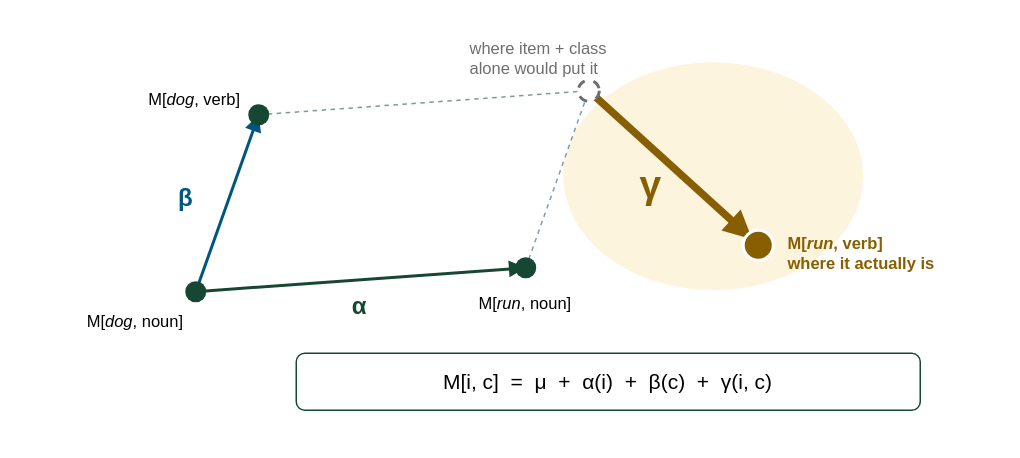
Above: paper/fig-measurement.drawio in znhoughton/representation-separability (draw.io), before the change. Source tidied: cells renumbered, new cells numbered last; positions are measured from the earlier drawing's top-left corner, leaving out a move shared by most shapes. Both pictures are drawn from the tidied source at 150%, with x=0, y=0 at pixel (26, 28).
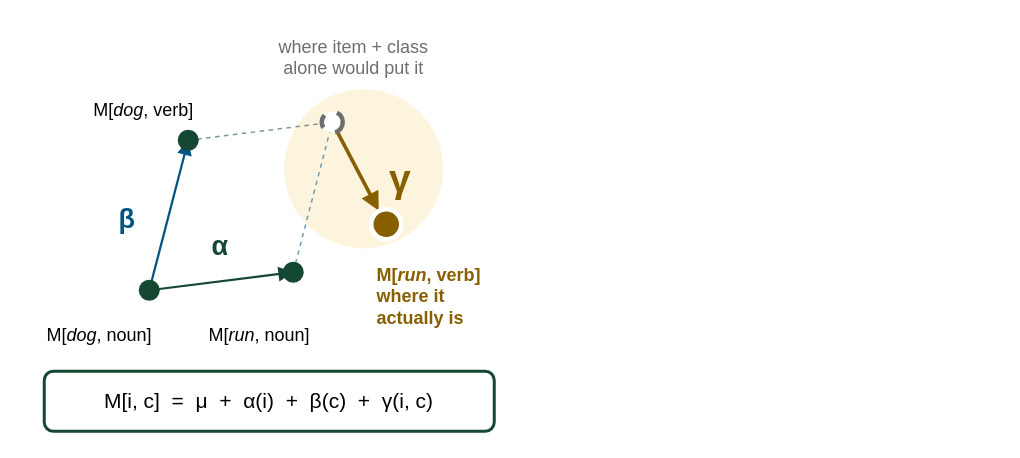
Above is the later version.

Commit message (it also covers changes not shown here):
Fix the figures, move Table 3 to the appendix, and unify appendix vocabulary

Diff of the diagram source:
```diff
@@
     <mxCell id="2" style="ellipse;html=1;fillColor=#F0B323;strokeColor=none;opacity=15;" parent="1" vertex="1">
-      <mxGeometry x="358" y="22" width="200" height="152" as="geometry" />
+      <mxGeometry x="172" y="40" width="106" height="106" as="geometry" />
     </mxCell>
-    <mxCell id="3" style="edgeStyle=none;html=1;endArrow=block;endFill=1;strokeColor=#154733;strokeWidth=2;" parent="1" edge="1">
+    <mxCell id="3" style="edgeStyle=none;html=1;endArrow=block;endFill=1;strokeColor=#154733;strokeWidth=1.5;" parent="1" edge="1">
       <mxGeometry relative="1" as="geometry">
-        <mxPoint x="113" y="175" as="sourcePoint" />
-        <mxPoint x="333" y="159" as="targetPoint" />
+        <mxPoint x="82" y="174" as="sourcePoint" />
+        <mxPoint x="178" y="162" as="targetPoint" />
       </mxGeometry>
     </mxCell>
-    <mxCell id="4" style="edgeStyle=none;html=1;endArrow=block;endFill=1;strokeColor=#005581;strokeWidth=2;" parent="1" edge="1">
+    <mxCell id="4" style="edgeStyle=none;html=1;endArrow=block;endFill=1;strokeColor=#005581;strokeWidth=1.5;" parent="1" edge="1">
       <mxGeometry relative="1" as="geometry">
-        <mxPoint x="113" y="175" as="sourcePoint" />
-        <mxPoint x="155" y="57" as="targetPoint" />
+        <mxPoint x="82" y="174" as="sourcePoint" />
+        <mxPoint x="108" y="74" as="targetPoint" />
       </mxGeometry>
     </mxCell>
-    <mxCell id="5" style="edgeStyle=none;html=1;endArrow=none;strokeColor=#154733;dashed=1;opacity=55;" parent="1" edge="1">
+    <mxCell id="5" style="edgeStyle=none;html=1;endArrow=none;strokeColor=#154733;dashed=1;strokeWidth=1;opacity=55;" parent="1" edge="1">
       <mxGeometry relative="1" as="geometry">
-        <mxPoint x="155" y="57" as="sourcePoint" />
-        <mxPoint x="375" y="41" as="targetPoint" />
+        <mxPoint x="108" y="74" as="sourcePoint" />
+        <mxPoint x="204" y="62" as="targetPoint" />
       </mxGeometry>
     </mxCell>
-    <mxCell id="6" style="edgeStyle=none;html=1;endArrow=none;strokeColor=#005581;dashed=1;opacity=55;" parent="1" edge="1">
+    <mxCell id="6" style="edgeStyle=none;html=1;endArrow=none;strokeColor=#005581;dashed=1;strokeWidth=1;opacity=55;" parent="1" edge="1">
       <mxGeometry relative="1" as="geometry">
-        <mxPoint x="333" y="159" as="sourcePoint" />
-        <mxPoint x="375" y="41" as="targetPoint" />
+        <mxPoint x="178" y="162" as="sourcePoint" />
+        <mxPoint x="204" y="62" as="targetPoint" />
       </mxGeometry>
     </mxCell>
-    <mxCell id="7" style="edgeStyle=none;html=1;endArrow=block;endFill=1;strokeColor=#875E00;strokeWidth=5;" parent="1" edge="1">
+    <mxCell id="7" style="edgeStyle=none;html=1;endArrow=block;endFill=1;strokeColor=#875E00;strokeWidth=2.5;" parent="1" edge="1">
       <mxGeometry relative="1" as="geometry">
-        <mxPoint x="375" y="41" as="sourcePoint" />
-        <mxPoint x="484" y="140" as="targetPoint" />
+        <mxPoint x="204" y="62" as="sourcePoint" />
+        <mxPoint x="235" y="121" as="targetPoint" />
       </mxGeometry>
     </mxCell>
     <mxCell id="8" style="ellipse;html=1;fillColor=#154733;strokeColor=none;" parent="1" vertex="1">
-      <mxGeometry x="106" y="168" width="14" height="14" as="geometry" />
+      <mxGeometry x="75" y="167" width="14" height="14" as="geometry" />
     </mxCell>
     <mxCell id="9" style="ellipse;html=1;fillColor=#154733;strokeColor=none;" parent="1" vertex="1">
-      <mxGeometry x="326" y="152" width="14" height="14" as="geometry" />
+      <mxGeometry x="171" y="155" width="14" height="14" as="geometry" />
     </mxCell>
     <mxCell id="10" style="ellipse;html=1;fillColor=#154733;strokeColor=none;" parent="1" vertex="1">
-      <mxGeometry x="148" y="50" width="14" height="14" as="geometry" />
+      <mxGeometry x="101" y="67" width="14" height="14" as="geometry" />
     </mxCell>
-    <mxCell id="11" style="ellipse;html=1;fillColor=#FFFFFF;strokeColor=#6E6E6E;dashed=1;strokeWidth=2;" parent="1" vertex="1">
-      <mxGeometry x="368" y="34" width="14" height="14" as="geometry" />
+    <mxCell id="11" style="ellipse;html=1;fillColor=#FFFFFF;strokeColor=#6E6E6E;dashed=1;strokeWidth=3;" parent="1" vertex="1">
+      <mxGeometry x="197" y="55" width="14" height="14" as="geometry" />
     </mxCell>
-    <mxCell id="12" style="ellipse;html=1;fillColor=#875E00;strokeColor=#FFFFFF;strokeWidth=2;" parent="1" vertex="1">
-      <mxGeometry x="478" y="134" width="20" height="20" as="geometry" />
+    <mxCell id="12" style="ellipse;html=1;fillColor=#875E00;strokeColor=#FFFFFF;strokeWidth=3;" parent="1" vertex="1">
+      <mxGeometry x="230" y="120" width="20" height="20" as="geometry" />
     </mxCell>
-    <mxCell id="13" value="M[&lt;i&gt;dog&lt;/i&gt;, noun]" style="text;html=1;fontSize=11;align=right;" parent="1" vertex="1">
-      <mxGeometry y="182" width="106" height="16" as="geometry" />
+    <mxCell id="13" value="M[&lt;i&gt;dog&lt;/i&gt;, noun]" style="text;html=1;fontSize=12;align=left;" parent="1" vertex="1">
+      <mxGeometry x="12" y="190" width="104" height="18" as="geometry" />
     </mxCell>
-    <mxCell id="14" value="M[&lt;i&gt;run&lt;/i&gt;, noun]" style="text;html=1;fontSize=11;align=left;" parent="1" vertex="1">
-      <mxGeometry x="300" y="170" width="106" height="16" as="geometry" />
+    <mxCell id="14" value="M[&lt;i&gt;run&lt;/i&gt;, noun]" style="text;html=1;fontSize=12;align=left;" parent="1" vertex="1">
+      <mxGeometry x="120" y="190" width="104" height="18" as="geometry" />
     </mxCell>
-    <mxCell id="15" value="M[&lt;i&gt;dog&lt;/i&gt;, verb]" style="text;html=1;fontSize=11;align=right;" parent="1" vertex="1">
-      <mxGeometry x="40" y="34" width="104" height="16" as="geometry" />
+    <mxCell id="15" value="M[&lt;i&gt;dog&lt;/i&gt;, verb]" style="text;html=1;fontSize=12;align=center;" parent="1" vertex="1">
+      <mxGeometry x="26" y="40" width="104" height="18" as="geometry" />
     </mxCell>
-    <mxCell id="16" value="where item + class&#10;alone would put it" style="text;html=1;fontSize=11;align=left;fontColor=#6E6E6E;" parent="1" vertex="1">
-      <mxGeometry x="294" width="132" height="30" as="geometry" />
+    <mxCell id="16" value="where item + class&#10;alone would put it" style="text;html=1;fontSize=12;align=center;fontColor=#6E6E6E;" parent="1" vertex="1">
+      <mxGeometry x="154" y="-2" width="128" height="36" as="geometry" />
     </mxCell>
-    <mxCell id="17" value="M[&lt;i&gt;run&lt;/i&gt;, verb]&#10;where it actually is" style="text;html=1;fontSize=11;align=left;fontColor=#875E00;fontStyle=1;" parent="1" vertex="1">
-      <mxGeometry x="506" y="130" width="140" height="30" as="geometry" />
+    <mxCell id="17" value="M[&lt;i&gt;run&lt;/i&gt;, verb]&#10;where it&#10;actually is" style="text;html=1;fontSize=12;align=left;fontColor=#875E00;fontStyle=1;" parent="1" vertex="1">
+      <mxGeometry x="232" y="150" width="84" height="56" as="geometry" />
     </mxCell>
-    <mxCell id="18" value="α" style="text;html=1;fontSize=16;align=center;fontColor=#154733;fontStyle=1;" parent="1" vertex="1">
-      <mxGeometry x="210" y="168" width="24" height="24" as="geometry" />
+    <mxCell id="18" value="α" style="text;html=1;fontSize=18;align=center;fontColor=#154733;fontStyle=1;" parent="1" vertex="1">
+      <mxGeometry x="116" y="128" width="26" height="26" as="geometry" />
     </mxCell>
-    <mxCell id="19" value="β" style="text;html=1;fontSize=16;align=center;fontColor=#005581;fontStyle=1;" parent="1" vertex="1">
-      <mxGeometry x="94" y="96" width="24" height="24" as="geometry" />
+    <mxCell id="19" value="β" style="text;html=1;fontSize=18;align=center;fontColor=#005581;fontStyle=1;" parent="1" vertex="1">
+      <mxGeometry x="54" y="110" width="26" height="26" as="geometry" />
     </mxCell>
     <mxCell id="20" value="γ" style="text;html=1;fontSize=26;align=center;fontColor=#875E00;fontStyle=1;" parent="1" vertex="1">
-      <mxGeometry x="400" y="82" width="32" height="32" as="geometry" />
+      <mxGeometry x="234" y="78" width="30" height="30" as="geometry" />
     </mxCell>
-    <mxCell id="21" value="M[i, c]&amp;nbsp; =&amp;nbsp; μ&amp;nbsp; +&amp;nbsp; α(i)&amp;nbsp; +&amp;nbsp; β(c)&amp;nbsp; +&amp;nbsp; γ(i, c)" style="rounded=1;whiteSpace=wrap;html=1;fontSize=14;fillColor=#FFFFFF;strokeColor=#154733;align=center;" parent="1" vertex="1">
-      <mxGeometry x="180" y="216" width="416" height="38" as="geometry" />
+    <mxCell id="21" value="M[i, c]&amp;nbsp; =&amp;nbsp; μ&amp;nbsp; +&amp;nbsp; α(i)&amp;nbsp; +&amp;nbsp; β(c)&amp;nbsp; +&amp;nbsp; γ(i, c)" style="rounded=1;whiteSpace=wrap;html=1;fontSize=14;fillColor=#FFFFFF;strokeColor=#154733;strokeWidth=2;align=center;spacing=4;" parent="1" vertex="1">
+      <mxGeometry x="12" y="228" width="300" height="40" as="geometry" />
     </mxCell>
```
